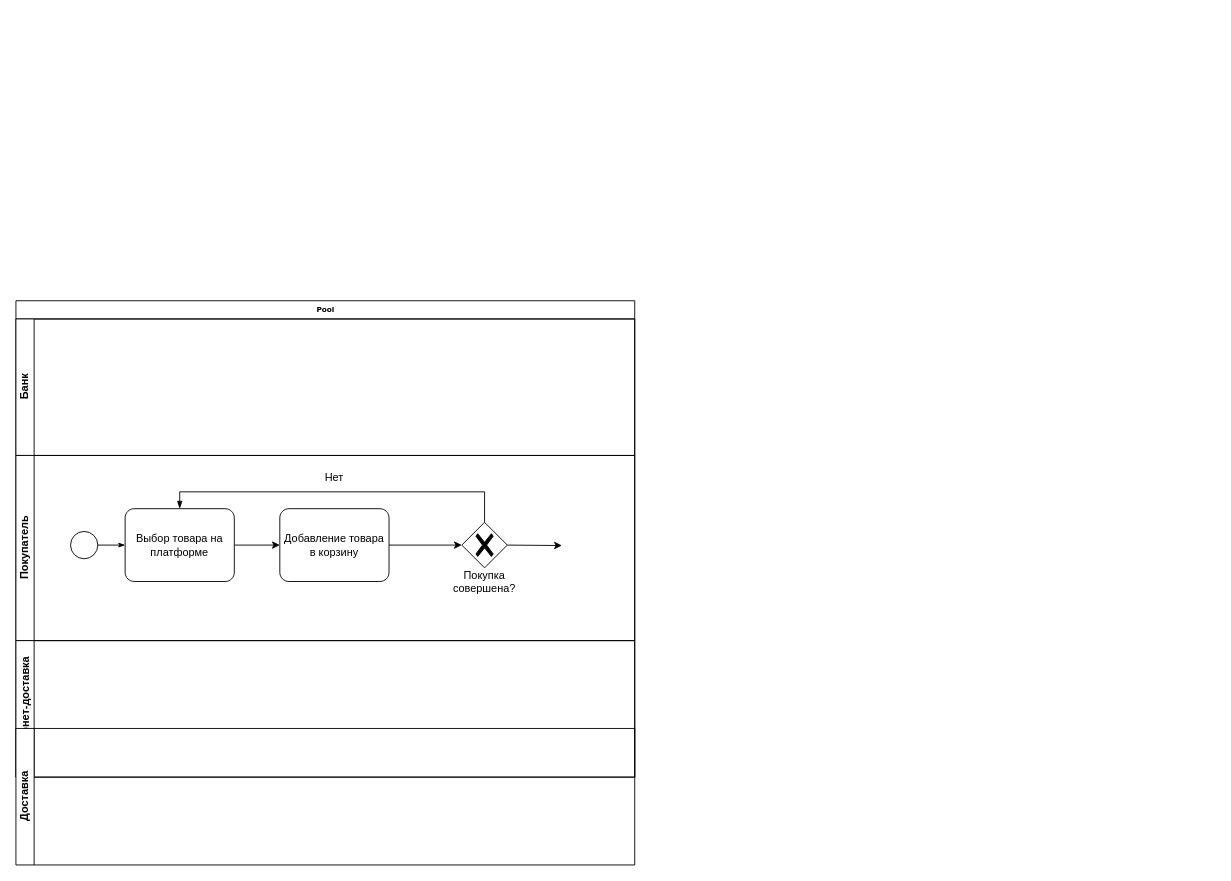
Earlier version of the draw.io diagram Диаграмма без названия.drawio (BondarevDima/Public_repository). Source tidied: cells renumbered, new cells numbered last; positions are measured from the earlier drawing's top-left corner, leaving out a move shared by most shapes. Both pictures are drawn from the tidied source at 91%, with x=0, y=0 at pixel (15, 300).
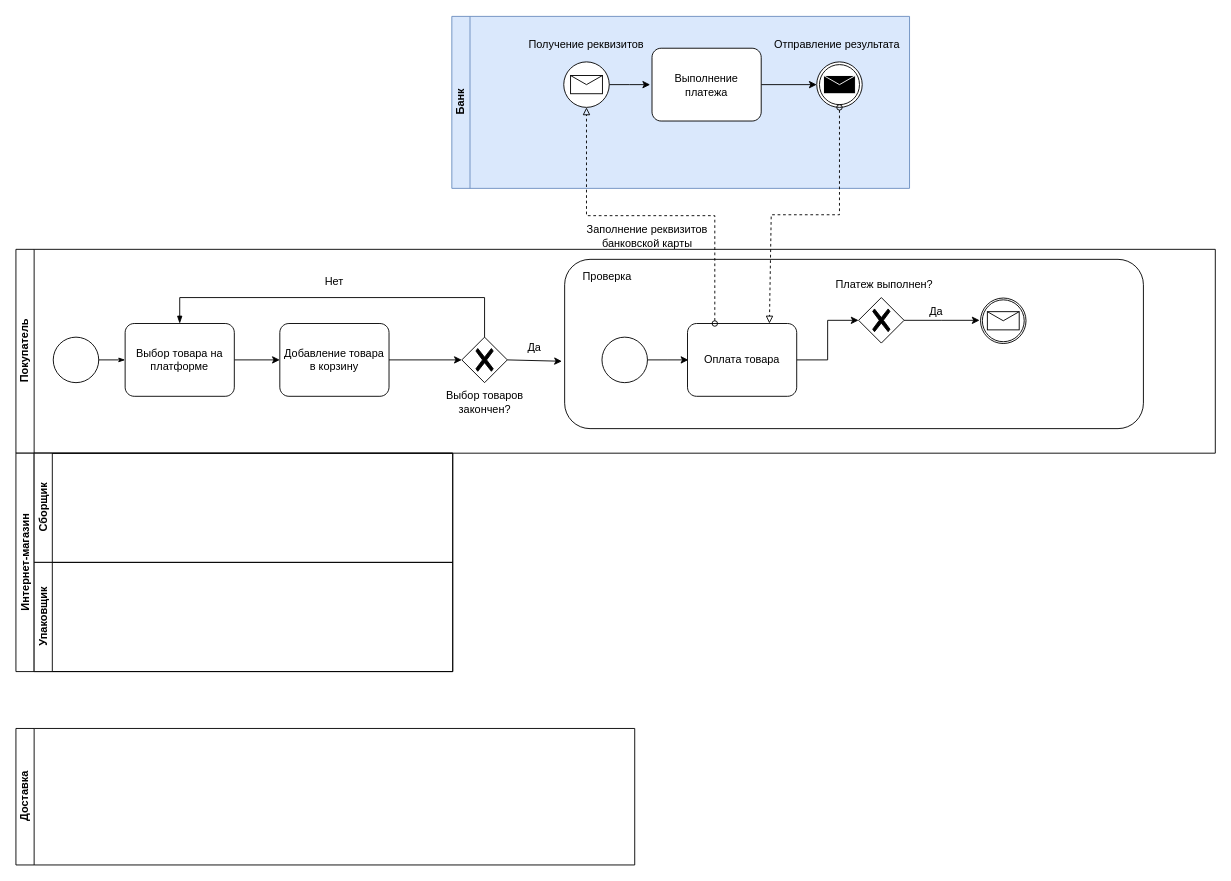
After the change.

What changed in the source:
```diff
@@
-    <mxCell id="2" value="Pool" style="swimlane;html=1;horizontal=1;startSize=20;rounded=0;shadow=0;labelBackgroundColor=none;strokeWidth=1;fontFamily=Verdana;fontSize=8;align=center;" parent="1" vertex="1">
-      <mxGeometry width="680" height="523.5" as="geometry" />
-    </mxCell>
+    <mxCell id="16" value="Доставка" style="swimlane;html=1;startSize=20;horizontal=0;" parent="1" vertex="1">
+      <mxGeometry y="470" width="680" height="150" as="geometry" />
+    </mxCell>
-    <mxCell id="3" value="Банк" style="swimlane;html=1;startSize=20;horizontal=0;" parent="2" vertex="1">
-      <mxGeometry y="20" width="680" height="150" as="geometry" />
+    <mxCell id="3" value="Банк" style="swimlane;html=1;startSize=20;horizontal=0;fillColor=#dae8fc;strokeColor=#6c8ebf;labelBackgroundColor=none;swimlaneFillColor=#dae8fc;" parent="1" vertex="1">
+      <mxGeometry x="479" y="-312.5" width="503" height="189" as="geometry" />
     </mxCell>
+    <mxCell id="18" style="edgeStyle=orthogonalEdgeStyle;rounded=0;jettySize=auto;html=1;" parent="3" edge="1" source="19">
+      <mxGeometry relative="1" as="geometry">
+        <mxPoint x="218" y="75" as="targetPoint" />
+      </mxGeometry>
+    </mxCell>
+    <mxCell id="19" style="points=[[0.145,0.145,0],[0.5,0,0],[0.855,0.145,0],[1,0.5,0],[0.855,0.855,0],[0.5,1,0],[0.145,0.855,0],[0,0.5,0]];shape=mxgraph.bpmn.event;html=1;verticalLabelPosition=bottom;labelBackgroundColor=#ffffff;verticalAlign=top;align=center;perimeter=ellipsePerimeter;outlineConnect=0;outline=standard;symbol=message;" parent="3" vertex="1">
+      <mxGeometry x="123" y="50" width="50" height="50" as="geometry" />
+    </mxCell>
+    <mxCell id="20" style="points=[[0.145,0.145,0],[0.5,0,0],[0.855,0.145,0],[1,0.5,0],[0.855,0.855,0],[0.5,1,0],[0.145,0.855,0],[0,0.5,0]];shape=mxgraph.bpmn.event;html=1;verticalLabelPosition=bottom;labelBackgroundColor=#ffffff;verticalAlign=top;align=center;perimeter=ellipsePerimeter;outlineConnect=0;outline=throwing;symbol=message;" parent="3" vertex="1">
+      <mxGeometry x="401" y="50" width="50" height="50" as="geometry" />
+    </mxCell>
+    <mxCell id="21" style="edgeStyle=orthogonalEdgeStyle;rounded=0;jettySize=auto;html=1;" parent="3" edge="1" source="22" target="20">
+      <mxGeometry relative="1" as="geometry" />
+    </mxCell>
+    <mxCell id="22" value="Выполнение платежа" style="points=[[0.25,0,0],[0.5,0,0],[0.75,0,0],[1,0.25,0],[1,0.5,0],[1,0.75,0],[0.75,1,0],[0.5,1,0],[0.25,1,0],[0,0.75,0],[0,0.5,0],[0,0.25,0]];shape=mxgraph.bpmn.task;whiteSpace=wrap;rectStyle=rounded;size=10;html=1;taskMarker=abstract;" parent="3" vertex="1">
+      <mxGeometry x="220" y="35" width="120" height="80" as="geometry" />
+    </mxCell>
+    <mxCell id="23" value="Получение реквизитов" style="text;html=1;strokeColor=none;fillColor=none;align=center;verticalAlign=middle;whiteSpace=wrap;rounded=0;" parent="3" vertex="1">
+      <mxGeometry x="79" y="16" width="138" height="30" as="geometry" />
+    </mxCell>
+    <mxCell id="24" value="Отправление результата" style="text;html=1;strokeColor=none;fillColor=none;align=center;verticalAlign=middle;whiteSpace=wrap;rounded=0;" parent="3" vertex="1">
+      <mxGeometry x="353" y="16" width="141" height="30" as="geometry" />
+    </mxCell>
-    <mxCell id="4" value="Покупатель" style="swimlane;html=1;startSize=20;horizontal=0;" parent="2" vertex="1">
-      <mxGeometry y="170" width="680" height="203.5" as="geometry" />
+    <mxCell id="4" value="Покупатель" style="swimlane;html=1;startSize=20;horizontal=0;" parent="1" vertex="1">
+      <mxGeometry y="-56.5" width="1318" height="224" as="geometry" />
     </mxCell>
-    <mxCell id="5" style="edgeStyle=orthogonalEdgeStyle;rounded=0;html=1;labelBackgroundColor=none;startArrow=none;startFill=0;startSize=5;endArrow=classicThin;endFill=1;endSize=5;jettySize=auto;strokeWidth=1;fontFamily=Verdana;fontSize=8;" parent="4" edge="1" source="6">
+    <mxCell id="5" style="edgeStyle=orthogonalEdgeStyle;rounded=0;html=1;labelBackgroundColor=none;startArrow=none;startFill=0;startSize=5;endArrow=classicThin;endFill=1;endSize=5;jettySize=auto;orthogonalLoop=1;strokeWidth=1;fontFamily=Verdana;fontSize=8;" parent="4" edge="1">
       <mxGeometry relative="1" as="geometry">
-        <mxPoint x="120" y="98.5" as="targetPoint" />
+        <mxPoint x="90" y="121.5" as="sourcePoint" />
+        <mxPoint x="120" y="121.5" as="targetPoint" />
       </mxGeometry>
     </mxCell>
-    <mxCell id="6" style="ellipse;whiteSpace=wrap;html=1;rounded=0;shadow=0;labelBackgroundColor=none;strokeWidth=1;fontFamily=Verdana;fontSize=8;align=center;" parent="4" vertex="1">
-      <mxGeometry x="60" y="83.5" width="30" height="30" as="geometry" />
-    </mxCell>
     <mxCell id="7" style="points=[[0.25,0.25,0],[0.5,0,0],[0.75,0.25,0],[1,0.5,0],[0.75,0.75,0],[0.5,1,0],[0.25,0.75,0],[0,0.5,0]];shape=mxgraph.bpmn.gateway2;html=1;verticalLabelPosition=bottom;labelBackgroundColor=#ffffff;verticalAlign=top;align=center;perimeter=rhombusPerimeter;outlineConnect=0;outline=none;symbol=none;gwType=exclusive;" parent="4" vertex="1">
-      <mxGeometry x="490" y="73.5" width="50" height="50" as="geometry" />
+      <mxGeometry x="490" y="96.5" width="50" height="50" as="geometry" />
     </mxCell>
@@
     <mxCell id="9" value="Выбор товара на платформе" style="points=[[0.25,0,0],[0.5,0,0],[0.75,0,0],[1,0.25,0],[1,0.5,0],[1,0.75,0],[0.75,1,0],[0.5,1,0],[0.25,1,0],[0,0.75,0],[0,0.5,0],[0,0.25,0]];shape=mxgraph.bpmn.task;whiteSpace=wrap;rectStyle=rounded;size=10;html=1;taskMarker=abstract;" parent="4" vertex="1">
-      <mxGeometry x="120" y="58.5" width="120" height="80" as="geometry" />
+      <mxGeometry x="120" y="81.5" width="120" height="80" as="geometry" />
     </mxCell>
@@
     <mxCell id="11" value="Добавление товара в корзину" style="points=[[0.25,0,0],[0.5,0,0],[0.75,0,0],[1,0.25,0],[1,0.5,0],[1,0.75,0],[0.75,1,0],[0.5,1,0],[0.25,1,0],[0,0.75,0],[0,0.5,0],[0,0.25,0]];shape=mxgraph.bpmn.task;whiteSpace=wrap;rectStyle=rounded;size=10;html=1;taskMarker=abstract;" parent="4" vertex="1">
-      <mxGeometry x="290" y="58.5" width="120" height="80" as="geometry" />
+      <mxGeometry x="290" y="81.5" width="120" height="80" as="geometry" />
     </mxCell>
     <mxCell id="12" style="edgeStyle=elbowEdgeStyle;fontSize=12;html=1;endArrow=blockThin;endFill=1;rounded=0;exitX=0.5;exitY=0;exitDx=0;exitDy=0;exitPerimeter=0;entryX=0.5;entryY=0;entryDx=0;entryDy=0;entryPerimeter=0;" parent="4" edge="1" source="7" target="9">
       <mxGeometry relative="1" as="geometry">
         <Array as="points">
-          <mxPoint x="340" y="40" />
+          <mxPoint x="410" y="53" />
+          <mxPoint x="340" y="63" />
         </Array>
       </mxGeometry>
     </mxCell>
-    <mxCell id="13" value="Покупка совершена?" style="text;html=1;strokeColor=none;fillColor=none;align=center;verticalAlign=middle;whiteSpace=wrap;rounded=0;" parent="4" vertex="1">
-      <mxGeometry x="485" y="123.5" width="60" height="30" as="geometry" />
+    <mxCell id="13" value="Выбор товаров закончен?" style="text;html=1;strokeColor=none;fillColor=none;align=center;verticalAlign=middle;whiteSpace=wrap;rounded=0;" parent="4" vertex="1">
+      <mxGeometry x="467.5" y="153" width="95" height="30" as="geometry" />
     </mxCell>
     <mxCell id="14" value="Нет" style="text;html=1;strokeColor=none;fillColor=none;align=center;verticalAlign=middle;whiteSpace=wrap;rounded=0;" parent="4" vertex="1">
-      <mxGeometry x="320" y="10" width="60" height="30" as="geometry" />
+      <mxGeometry x="320" y="20" width="60" height="30" as="geometry" />
     </mxCell>
-    <mxCell id="15" value="Интернет-доставка" style="swimlane;html=1;startSize=20;horizontal=0;" parent="2" vertex="1">
-      <mxGeometry y="373.5" width="680" height="150" as="geometry" />
-    </mxCell>
-    <mxCell id="16" value="Доставка" style="swimlane;html=1;startSize=20;horizontal=0;" parent="1" vertex="1">
-      <mxGeometry y="470" width="680" height="150" as="geometry" />
-    </mxCell>
+    <mxCell id="25" value="Да" style="text;html=1;strokeColor=none;fillColor=none;align=center;verticalAlign=middle;whiteSpace=wrap;rounded=0;" parent="4" vertex="1">
+      <mxGeometry x="540" y="93" width="60" height="30" as="geometry" />
+    </mxCell>
+    <mxCell id="26" style="rounded=1;whiteSpace=wrap;html=1;" parent="4" vertex="1">
+      <mxGeometry x="603" y="11" width="636" height="186" as="geometry" />
+    </mxCell>
+    <mxCell id="27" value="Проверка" style="text;html=1;strokeColor=none;fillColor=none;align=center;verticalAlign=middle;whiteSpace=wrap;rounded=0;" parent="4" vertex="1">
+      <mxGeometry x="620" y="15" width="60" height="30" as="geometry" />
+    </mxCell>
+    <mxCell id="28" style="edgeStyle=orthogonalEdgeStyle;rounded=0;jettySize=auto;html=1;" parent="4" edge="1" source="29">
+      <mxGeometry relative="1" as="geometry">
+        <mxPoint x="739" y="121.5" as="targetPoint" />
+      </mxGeometry>
+    </mxCell>
+    <mxCell id="29" style="points=[[0.145,0.145,0],[0.5,0,0],[0.855,0.145,0],[1,0.5,0],[0.855,0.855,0],[0.5,1,0],[0.145,0.855,0],[0,0.5,0]];shape=mxgraph.bpmn.event;html=1;verticalLabelPosition=bottom;labelBackgroundColor=#ffffff;verticalAlign=top;align=center;perimeter=ellipsePerimeter;outlineConnect=0;outline=standard;symbol=general;" parent="4" vertex="1">
+      <mxGeometry x="644" y="96.5" width="50" height="50" as="geometry" />
+    </mxCell>
+    <mxCell id="30" style="edgeStyle=orthogonalEdgeStyle;rounded=0;jettySize=auto;html=1;" parent="4" edge="1" source="31" target="33">
+      <mxGeometry relative="1" as="geometry" />
+    </mxCell>
+    <mxCell id="31" value="Оплата товара" style="points=[[0.25,0,0],[0.5,0,0],[0.75,0,0],[1,0.25,0],[1,0.5,0],[1,0.75,0],[0.75,1,0],[0.5,1,0],[0.25,1,0],[0,0.75,0],[0,0.5,0],[0,0.25,0]];shape=mxgraph.bpmn.task;whiteSpace=wrap;rectStyle=rounded;size=10;html=1;taskMarker=abstract;" parent="4" vertex="1">
+      <mxGeometry x="738" y="81.5" width="120" height="80" as="geometry" />
+    </mxCell>
-    <mxCell id="17" style="endArrow=classic;html=1;rounded=0;exitX=1;exitY=0.5;exitDx=0;exitDy=0;exitPerimeter=0;" parent="1" edge="1" source="7">
-      <mxGeometry relative="1" as="geometry">
-        <mxPoint x="600" y="269" as="targetPoint" />
-      </mxGeometry>
+    <mxCell id="17" style="endArrow=classic;html=1;rounded=0;exitX=1;exitY=0.5;exitDx=0;exitDy=0;exitPerimeter=0;entryX=1;entryY=1;entryDx=0;entryDy=0;" parent="4" edge="1" source="7" target="25">
+      <mxGeometry relative="1" as="geometry" />
     </mxCell>
+    <mxCell id="32" style="edgeStyle=orthogonalEdgeStyle;rounded=0;jettySize=auto;html=1;" parent="4" edge="1" source="33">
+      <mxGeometry relative="1" as="geometry">
+        <mxPoint x="1059" y="78" as="targetPoint" />
+      </mxGeometry>
+    </mxCell>
+    <mxCell id="33" style="points=[[0.25,0.25,0],[0.5,0,0],[0.75,0.25,0],[1,0.5,0],[0.75,0.75,0],[0.5,1,0],[0.25,0.75,0],[0,0.5,0]];shape=mxgraph.bpmn.gateway2;html=1;verticalLabelPosition=bottom;labelBackgroundColor=#ffffff;verticalAlign=top;align=center;perimeter=rhombusPerimeter;outlineConnect=0;outline=none;symbol=none;gwType=exclusive;" parent="4" vertex="1">
+      <mxGeometry x="926" y="53" width="50" height="50" as="geometry" />
+    </mxCell>
+    <mxCell id="34" value="Платеж выполнен?" style="text;html=1;strokeColor=none;fillColor=none;align=center;verticalAlign=middle;whiteSpace=wrap;rounded=0;" parent="4" vertex="1">
+      <mxGeometry x="897" y="23" width="115" height="30" as="geometry" />
+    </mxCell>
+    <mxCell id="35" value="Да" style="text;html=1;strokeColor=none;fillColor=none;align=center;verticalAlign=middle;whiteSpace=wrap;rounded=0;" parent="4" vertex="1">
+      <mxGeometry x="954" y="53.5" width="115" height="30" as="geometry" />
+    </mxCell>
+    <mxCell id="36" style="shape=mxgraph.bpmn.event;html=1;verticalLabelPosition=bottom;labelBackgroundColor=#ffffff;verticalAlign=top;align=center;perimeter=ellipsePerimeter;outline=boundInt;symbol=message;" parent="4" vertex="1">
+      <mxGeometry x="1060" y="53.5" width="50" height="50" as="geometry" />
+    </mxCell>
+    <mxCell id="37" style="shape=mxgraph.bpmn.event;html=1;verticalLabelPosition=bottom;labelBackgroundColor=#ffffff;verticalAlign=top;align=center;perimeter=ellipsePerimeter;outline=standard;symbol=general;" parent="4" vertex="1">
+      <mxGeometry x="41" y="96.5" width="50" height="50" as="geometry" />
+    </mxCell>
+    <mxCell id="38" value="Заполнение реквизитов банковской карты" style="text;html=1;strokeColor=none;fillColor=none;align=center;verticalAlign=middle;whiteSpace=wrap;rounded=0;" parent="1" vertex="1">
+      <mxGeometry x="625" y="-86.5" width="138" height="30" as="geometry" />
+    </mxCell>
+    <mxCell id="39" style="endArrow=block;html=1;rounded=0;entryX=0.5;entryY=1;entryDx=0;entryDy=0;entryPerimeter=0;exitX=0.25;exitY=0;exitDx=0;exitDy=0;exitPerimeter=0;startArrow=oval;startFill=0;dashed=1;endFill=0;" parent="1" edge="1" source="31" target="19">
+      <mxGeometry relative="1" as="geometry">
+        <Array as="points">
+          <mxPoint x="768" y="-93.5" />
+          <mxPoint x="627" y="-93.5" />
+        </Array>
+      </mxGeometry>
+    </mxCell>
+    <mxCell id="40" style="endArrow=block;html=1;rounded=0;entryX=0.75;entryY=0;entryDx=0;entryDy=0;entryPerimeter=0;exitX=0.5;exitY=1;exitDx=0;exitDy=0;exitPerimeter=0;dashed=1;endFill=0;startArrow=oval;startFill=0;" parent="1" edge="1" source="20" target="31">
+      <mxGeometry relative="1" as="geometry">
+        <Array as="points">
+          <mxPoint x="905" y="-94.5" />
+          <mxPoint x="830" y="-94.5" />
+        </Array>
+      </mxGeometry>
+    </mxCell>
+    <mxCell id="41" value="Интернет-магазин" style="swimlane;html=1;horizontal=0;startSize=20;whiteSpace=wrap;" parent="1" vertex="1">
+      <mxGeometry y="167.5" width="480" height="240" as="geometry" />
+    </mxCell>
+    <mxCell id="42" value="Сборщик" style="swimlane;html=1;startSize=20;horizontal=0;" parent="41" vertex="1">
+      <mxGeometry x="20" width="460" height="120" as="geometry" />
+    </mxCell>
+    <mxCell id="43" value="Упаковщик" style="swimlane;html=1;startSize=20;horizontal=0;" parent="41" vertex="1">
+      <mxGeometry x="20" y="120" width="460" height="120" as="geometry" />
+    </mxCell>
```
